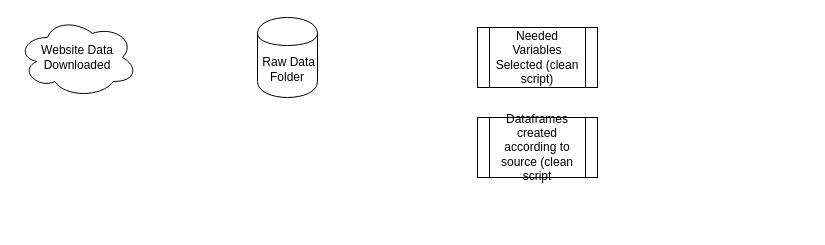
This is DataMgmt2019_Final_Proj_Workflow_Agbim.drawio from cnagbim/Data-Management-Final-Project-Agbim, a draw.io file, before an edit. Source tidied: cells renumbered, new cells numbered last; positions are measured from the earlier drawing's top-left corner, leaving out a move shared by most shapes. Both pictures are drawn from the tidied source at 100%, with x=0, y=0 at pixel (17, 17).
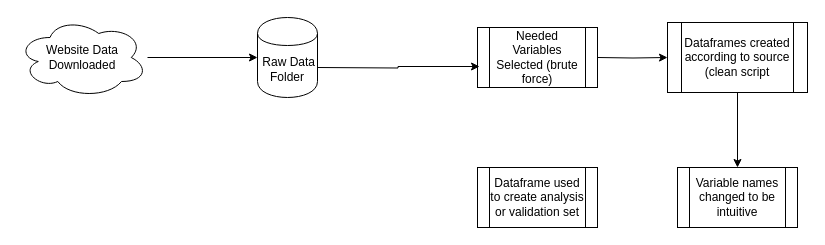
Above is the later version.

What changed in the source:
```diff
@@
 <mxGraphModel>
   <root>
     <mxCell id="0" />
     <mxCell id="1" parent="0" />
+    <mxCell id="6" style="edgeStyle=orthogonalEdgeStyle;rounded=0;jettySize=auto;html=1;entryX=0;entryY=0.5;entryDx=0;entryDy=0;" parent="1" edge="1" source="2" target="3">
+      <mxGeometry relative="1" as="geometry" />
+    </mxCell>
     <mxCell id="2" value="Website Data&lt;br&gt;Downloaded&lt;br&gt;" style="ellipse;shape=cloud;whiteSpace=wrap;html=1;" parent="1" vertex="1">
-      <mxGeometry width="120" height="80" as="geometry" />
+      <mxGeometry width="130" height="80" as="geometry" />
     </mxCell>
     <mxCell id="3" value="&amp;nbsp;Raw Data Folder" style="shape=cylinder;whiteSpace=wrap;html=1;boundedLbl=1;backgroundOutline=1;" parent="1" vertex="1">
       <mxGeometry x="240" width="60" height="80" as="geometry" />
     </mxCell>
-    <mxCell id="4" value="Needed Variables Selected (clean script)" style="shape=process;whiteSpace=wrap;html=1;backgroundOutline=1;" parent="1" vertex="1">
+    <mxCell id="4" value="Needed Variables Selected (brute force)" style="shape=process;whiteSpace=wrap;html=1;backgroundOutline=1;" parent="1" vertex="1">
       <mxGeometry x="460" y="10" width="120" height="60" as="geometry" />
     </mxCell>
+    <mxCell id="7" style="edgeStyle=orthogonalEdgeStyle;rounded=0;jettySize=auto;html=1;" parent="1" edge="1" source="5" target="9">
+      <mxGeometry relative="1" as="geometry" />
+    </mxCell>
     <mxCell id="5" value="Dataframes created according to source (clean script" style="shape=process;whiteSpace=wrap;html=1;backgroundOutline=1;" parent="1" vertex="1">
-      <mxGeometry x="460" y="100" width="120" height="60" as="geometry" />
+      <mxGeometry x="650" y="5" width="140" height="70" as="geometry" />
     </mxCell>
+    <mxCell id="8" value="Dataframe used to create analysis or validation set" style="shape=process;whiteSpace=wrap;html=1;backgroundOutline=1;" parent="1" vertex="1">
+      <mxGeometry x="460" y="150" width="120" height="60" as="geometry" />
+    </mxCell>
+    <mxCell id="9" value="Variable names changed to be intuitive" style="shape=process;whiteSpace=wrap;html=1;backgroundOutline=1;" parent="1" vertex="1">
+      <mxGeometry x="660" y="150" width="120" height="60" as="geometry" />
+    </mxCell>
+    <mxCell id="10" style="edgeStyle=orthogonalEdgeStyle;rounded=0;jettySize=auto;html=1;entryX=0.017;entryY=0.65;entryDx=0;entryDy=0;entryPerimeter=0;" parent="1" edge="1" target="4">
+      <mxGeometry relative="1" as="geometry">
+        <mxPoint x="300" y="50" as="sourcePoint" />
+      </mxGeometry>
+    </mxCell>
+    <mxCell id="11" style="edgeStyle=orthogonalEdgeStyle;rounded=0;jettySize=auto;html=1;entryX=0;entryY=0.5;entryDx=0;entryDy=0;" parent="1" edge="1" target="5">
+      <mxGeometry relative="1" as="geometry">
+        <mxPoint x="580" y="40" as="sourcePoint" />
+      </mxGeometry>
+    </mxCell>
   </root>
 </mxGraphModel>
```
